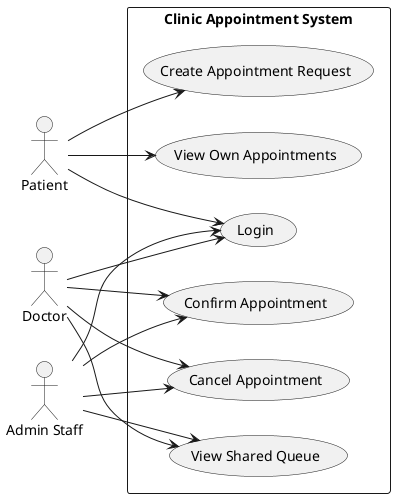
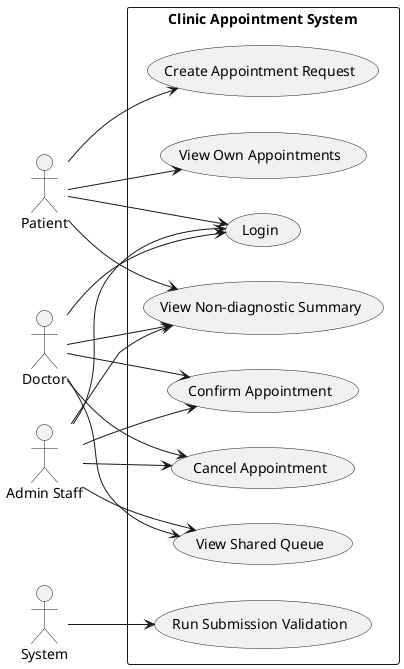
@startuml
left to right direction
actor Patient as P
actor Doctor as D
actor "Admin Staff" as A
rectangle "Clinic Appointment System" {
  usecase "Login" as UC1
  usecase "Create Appointment Request" as UC2
  usecase "View Own Appointments" as UC3
  usecase "View Shared Queue" as UC4
  usecase "Confirm Appointment" as UC5
  usecase "Cancel Appointment" as UC6
+   usecase "View Non-diagnostic Summary" as UC7
+   usecase "Run Submission Validation" as UC8
}
P --> UC1
P --> UC2
P --> UC3
+ P --> UC7
D --> UC1
D --> UC4
D --> UC5
D --> UC6
+ D --> UC7
A --> UC1
A --> UC4
A --> UC5
A --> UC6
+ A --> UC7
+ System --> UC8
@enduml
